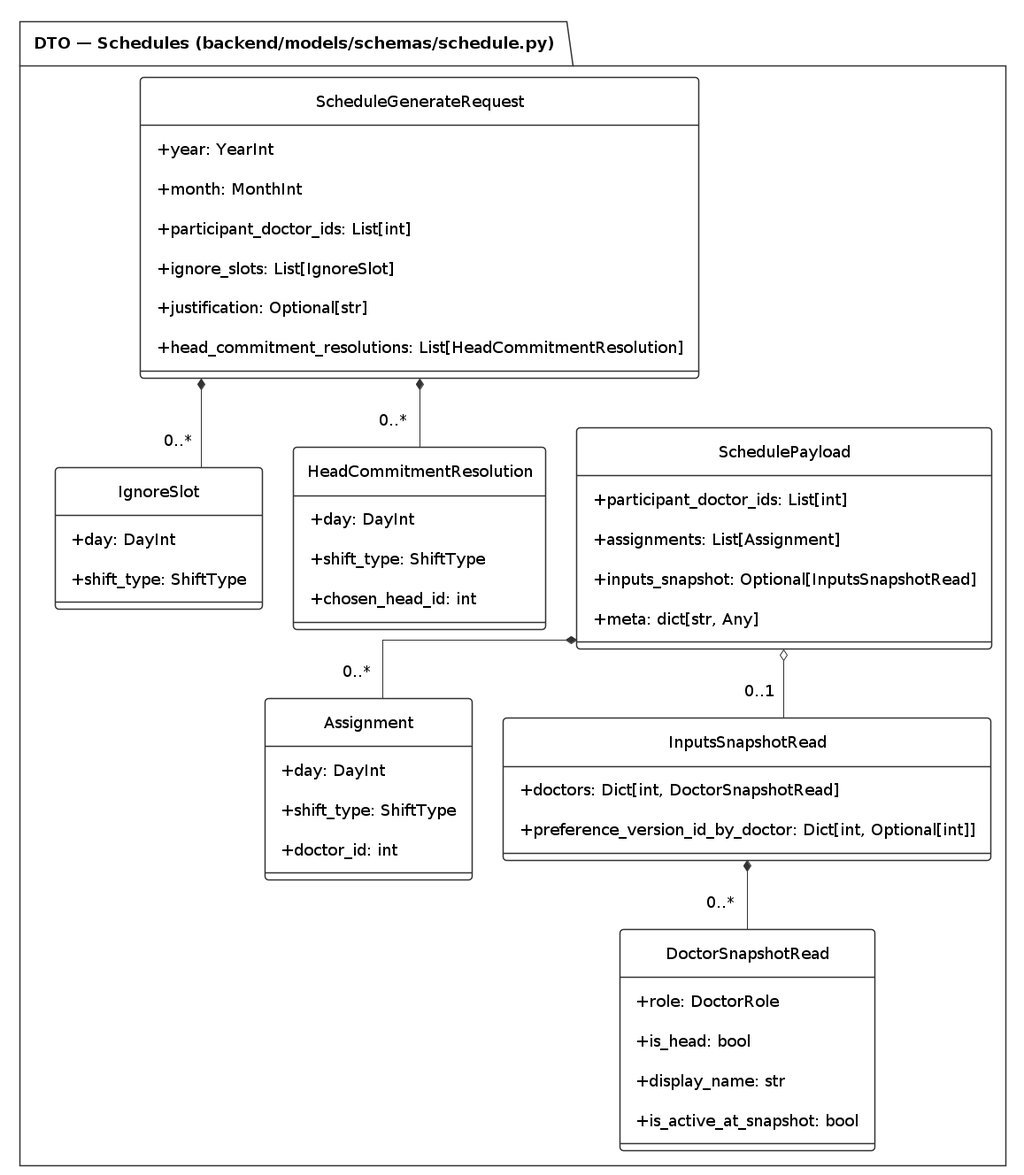
Above: docs/diagrams/export/dto_classes_full.png in orlvann/MEDSHED (PlantUML), before the change. Its source is kept beside it as docs/diagrams/src/dto_classes_full.puml.
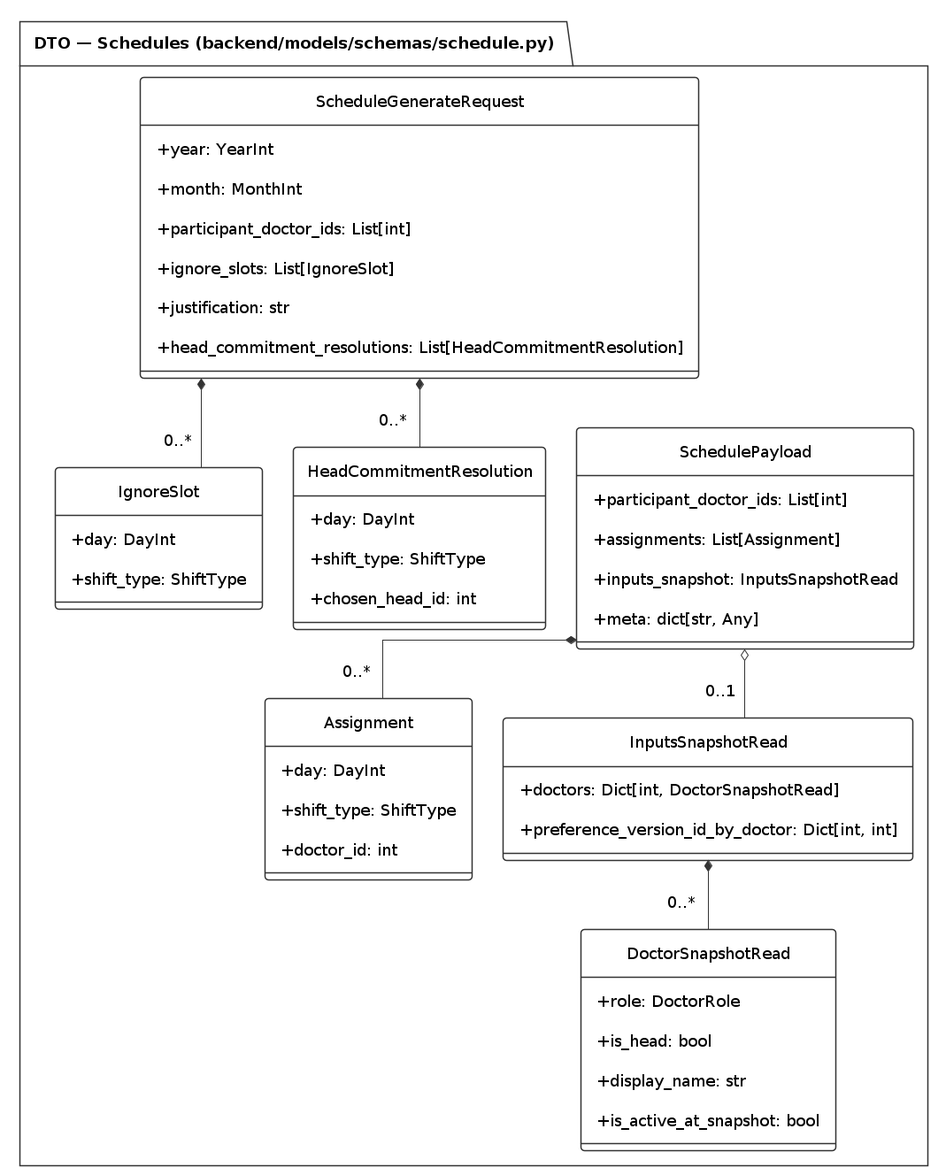
After the change.

Diff of the diagram source:
```diff
@@ -33,7 +33,7 @@
     +month: MonthInt
     +participant_doctor_ids: List[int]
     +ignore_slots: List[IgnoreSlot]
-    +justification: Optional[str]
+    +justification: str
     +head_commitment_resolutions: List[HeadCommitmentResolution]
   }
 
@@ -53,7 +53,7 @@
   class SchedulePayload {
     +participant_doctor_ids: List[int]
     +assignments: List[Assignment]
-    +inputs_snapshot: Optional[InputsSnapshotRead]
+    +inputs_snapshot: InputsSnapshotRead
     +meta: dict[str, Any]
   }
 
@@ -65,7 +65,7 @@
 
   class InputsSnapshotRead {
     +doctors: Dict[int, DoctorSnapshotRead]
-    +preference_version_id_by_doctor: Dict[int, Optional[int]]
+    +preference_version_id_by_doctor: Dict[int, int]
   }
 
   class DoctorSnapshotRead {
```
